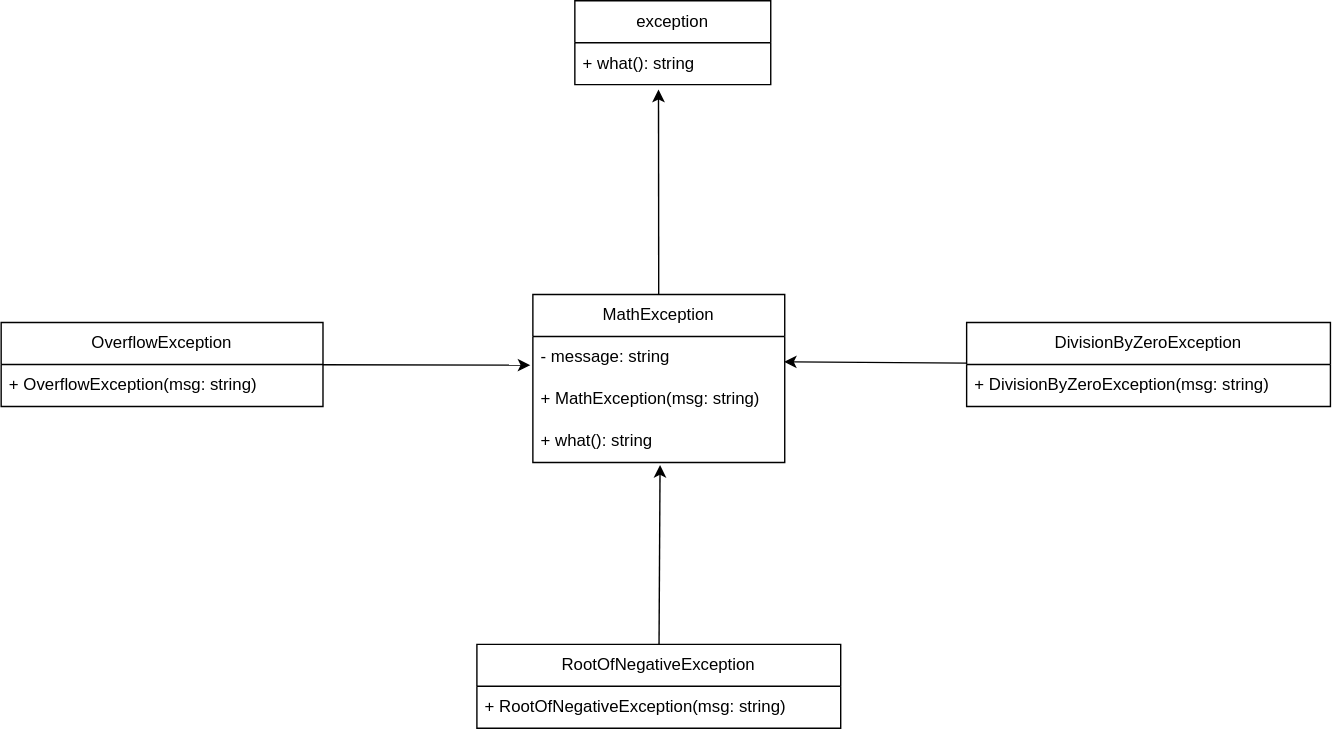
This is UML.drawio.svg from blaise-ndizeye/ensia-csc-work, a draw.io export, as it was before one commit. Source tidied: cells renumbered, new cells last; positions are measured from the earlier drawing's top-left corner, leaving out a move shared by most shapes.
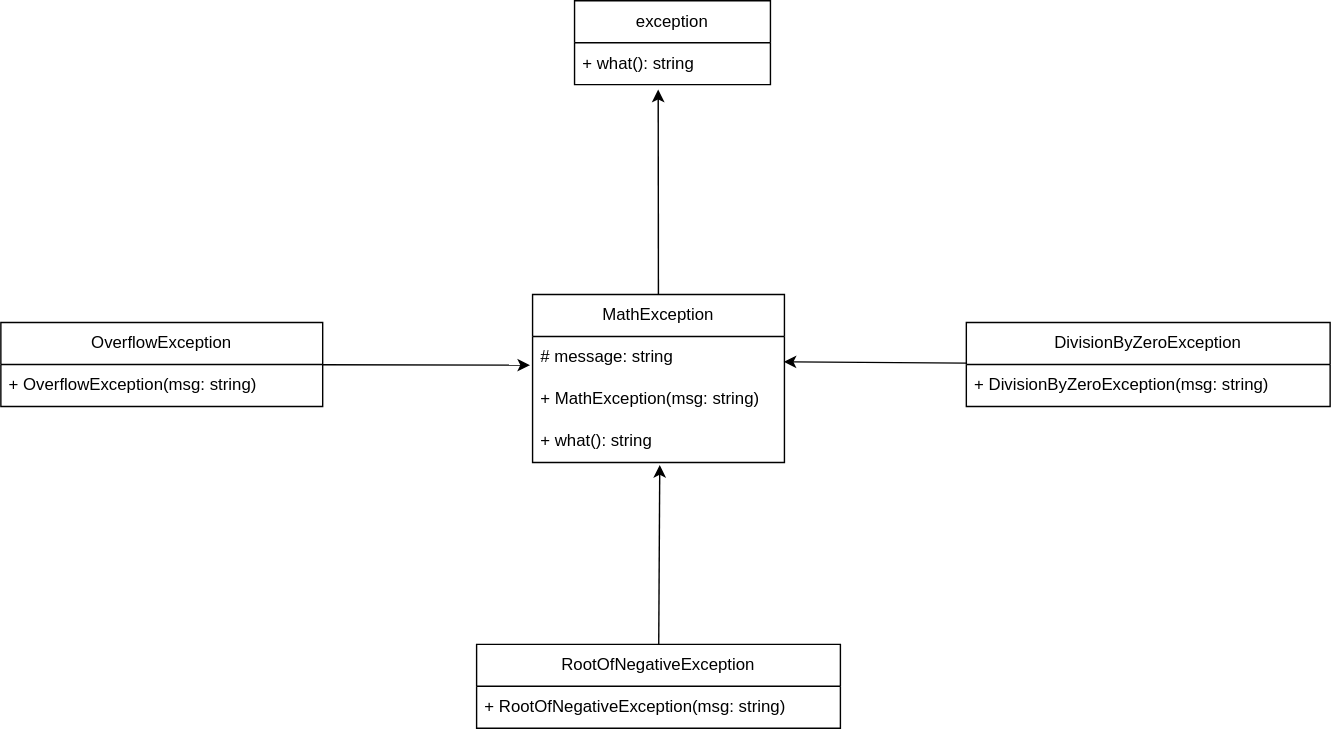
Later version of the same file.

Commit message:
Change the message property of MathException class from private to protected to match the exercise requirements

Change to the diagram source:
```diff
@@ -11,7 +11,7 @@
     <mxCell id="4" value="MathException" style="swimlane;fontStyle=0;horizontal=1;startSize=30;whiteSpace=wrap;html=1;" parent="1" vertex="1">
       <mxGeometry x="380" y="210" width="180" height="120" as="geometry" />
     </mxCell>
-    <mxCell id="5" value="- message: string" style="text;strokeColor=none;fillColor=none;align=left;verticalAlign=middle;spacingLeft=4;spacingRight=4;overflow=hidden;points=[[0,0.5],[1,0.5]];portConstraint=eastwest;whiteSpace=wrap;html=1;" parent="4" vertex="1">
+    <mxCell id="5" value="# message: string" style="text;strokeColor=none;fillColor=none;align=left;verticalAlign=middle;spacingLeft=4;spacingRight=4;overflow=hidden;points=[[0,0.5],[1,0.5]];portConstraint=eastwest;whiteSpace=wrap;html=1;" parent="4" vertex="1">
       <mxGeometry y="30" width="180" height="30" as="geometry" />
     </mxCell>
     <mxCell id="6" value="+ MathException(msg: string)" style="text;strokeColor=none;fillColor=none;align=left;verticalAlign=middle;spacingLeft=4;spacingRight=4;overflow=hidden;whiteSpace=wrap;html=1;" parent="4" vertex="1">
```
